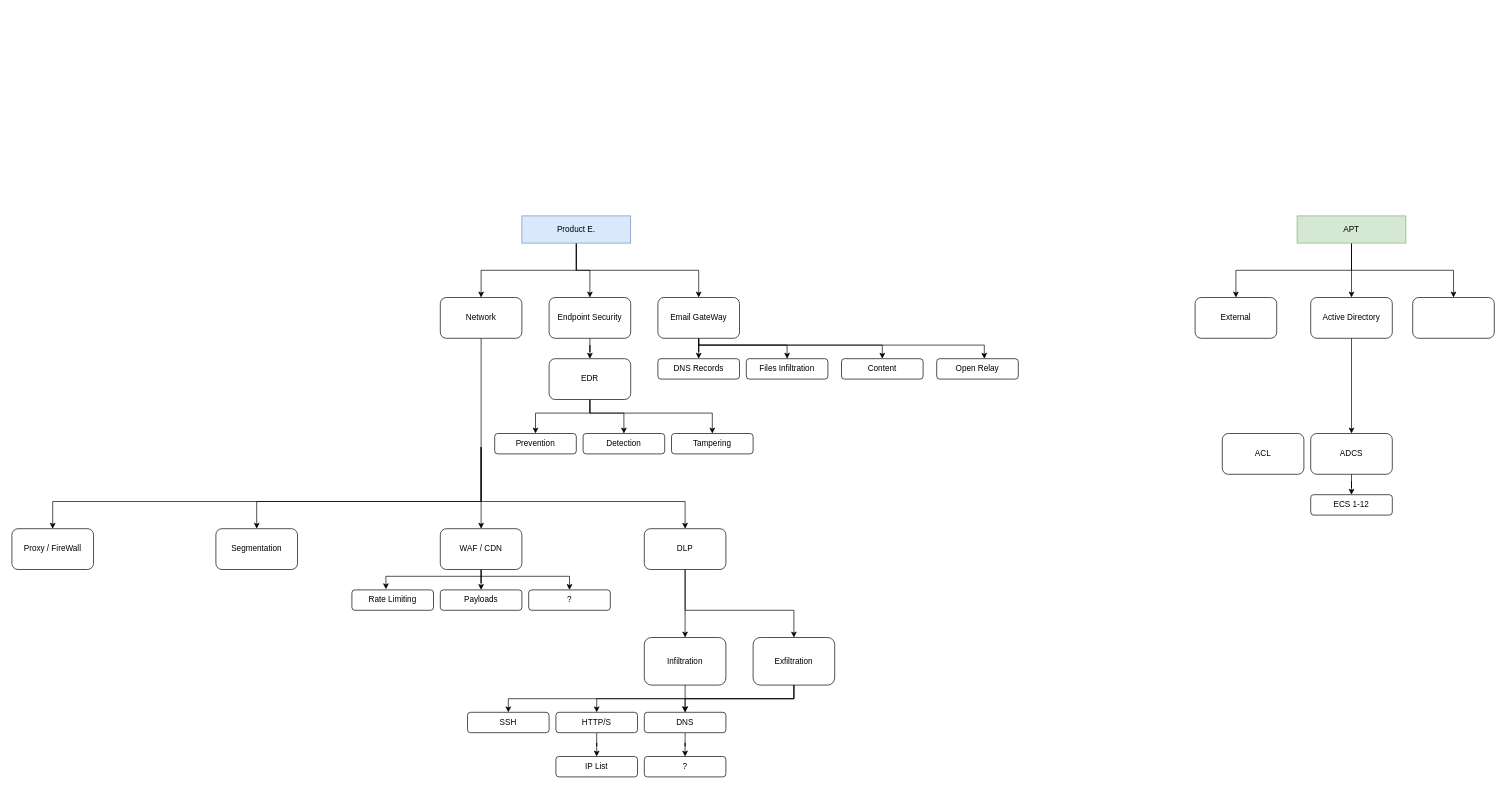
This is Xiaght Diagram.drawio from xightio/Diagrams, a draw.io file, before an edit. Source tidied: cells renumbered, new cells numbered last; positions are measured from the earlier drawing's top-left corner, leaving out a move shared by most shapes. Both pictures are drawn from the tidied source at 68%, with x=0, y=0 at pixel (12, 216).
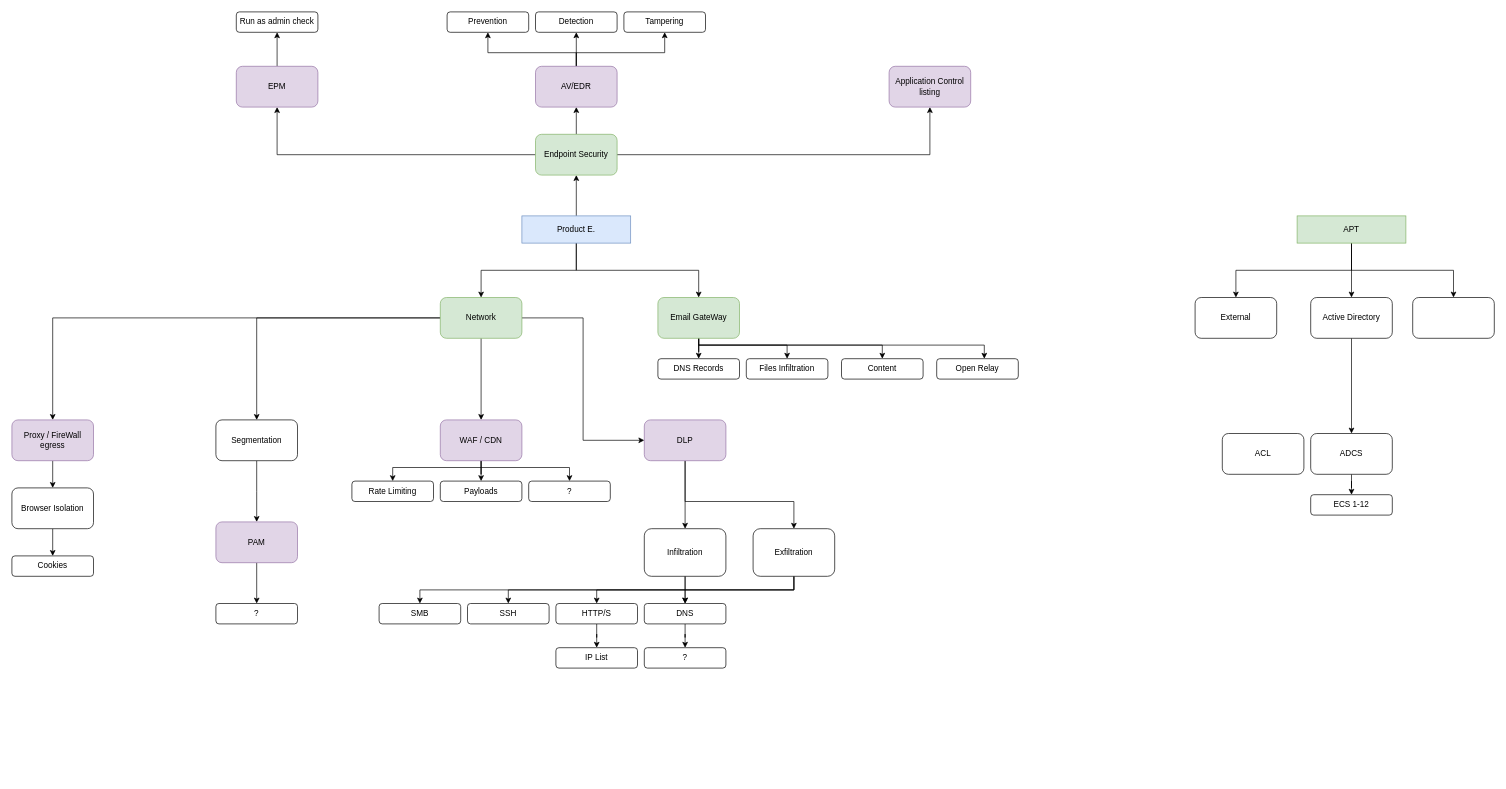
The same diagram, later.

Unchanged cells that the change refers to:
```xml
<mxCell id="5" value="Product E." style="rounded=0;whiteSpace=wrap;html=1;fillColor=#dae8fc;strokeColor=#6c8ebf;" parent="1" vertex="1">
  <mxGeometry x="750" width="160" height="40" as="geometry" />
</mxCell>
```

What changed in the source:
```diff
@@
+    <mxCell id="4" style="edgeStyle=orthogonalEdgeStyle;rounded=0;jettySize=auto;html=1;" parent="1" edge="1" source="5" target="21">
+      <mxGeometry relative="1" as="geometry">
+        <Array as="points">
+          <mxPoint x="830" y="80" />
+          <mxPoint x="1010" y="80" />
+        </Array>
+      </mxGeometry>
+    </mxCell>
-    <mxCell id="3" style="edgeStyle=orthogonalEdgeStyle;rounded=0;jettySize=auto;html=1;entryX=0.5;entryY=0;entryDx=0;entryDy=0;" parent="1" edge="1" source="5" target="16">
+    <mxCell id="3" style="edgeStyle=orthogonalEdgeStyle;rounded=0;jettySize=auto;html=1;entryX=0.5;entryY=1;entryDx=0;entryDy=0;" parent="1" edge="1" source="5" target="16">
       <mxGeometry relative="1" as="geometry" />
     </mxCell>
-    <mxCell id="4" style="edgeStyle=orthogonalEdgeStyle;rounded=0;jettySize=auto;html=1;" parent="1" edge="1" source="5" target="21">
-      <mxGeometry relative="1" as="geometry">
-        <Array as="points">
-          <mxPoint x="830" y="80" />
-          <mxPoint x="1010" y="80" />
-        </Array>
-      </mxGeometry>
-    </mxCell>
@@
-    <mxCell id="11" style="edgeStyle=orthogonalEdgeStyle;rounded=0;jettySize=auto;html=1;" parent="1" edge="1" target="29">
-      <mxGeometry relative="1" as="geometry">
-        <mxPoint x="690" y="340" as="sourcePoint" />
-        <Array as="points">
-          <mxPoint x="690" y="420" />
-          <mxPoint x="360" y="420" />
-        </Array>
-      </mxGeometry>
-    </mxCell>
-    <mxCell id="12" style="edgeStyle=orthogonalEdgeStyle;rounded=0;jettySize=auto;html=1;" parent="1" edge="1" target="35">
-      <mxGeometry relative="1" as="geometry">
-        <mxPoint x="690" y="340" as="sourcePoint" />
-        <Array as="points">
-          <mxPoint x="690" y="420" />
-          <mxPoint x="990" y="420" />
-        </Array>
-      </mxGeometry>
-    </mxCell>
-    <mxCell id="13" style="edgeStyle=orthogonalEdgeStyle;rounded=0;jettySize=auto;html=1;entryX=0.5;entryY=0;entryDx=0;entryDy=0;" parent="1" edge="1" target="49">
-      <mxGeometry relative="1" as="geometry">
-        <mxPoint x="690" y="340" as="sourcePoint" />
-        <Array as="points">
-          <mxPoint x="690" y="420" />
-          <mxPoint x="60" y="420" />
-        </Array>
-      </mxGeometry>
-    </mxCell>
+    <mxCell id="66" style="edgeStyle=orthogonalEdgeStyle;rounded=0;jettySize=auto;html=1;entryX=0;entryY=0.5;entryDx=0;entryDy=0;" parent="1" edge="1" source="14" target="35">
+      <mxGeometry relative="1" as="geometry" />
+    </mxCell>
+    <mxCell id="67" style="edgeStyle=orthogonalEdgeStyle;rounded=0;jettySize=auto;html=1;" parent="1" edge="1" source="14" target="49">
+      <mxGeometry relative="1" as="geometry" />
+    </mxCell>
+    <mxCell id="68" style="edgeStyle=orthogonalEdgeStyle;rounded=0;jettySize=auto;html=1;entryX=0.5;entryY=0;entryDx=0;entryDy=0;" parent="1" edge="1" source="14" target="29">
+      <mxGeometry relative="1" as="geometry" />
+    </mxCell>
-    <mxCell id="14" value="Network" style="rounded=1;whiteSpace=wrap;html=1;" parent="1" vertex="1">
+    <mxCell id="14" value="Network" style="rounded=1;whiteSpace=wrap;html=1;fillColor=#d5e8d4;strokeColor=#82b366;" parent="1" vertex="1">
       <mxGeometry x="630" y="120" width="120" height="60" as="geometry" />
     </mxCell>
-    <mxCell id="15" style="edgeStyle=orthogonalEdgeStyle;rounded=0;jettySize=auto;html=1;" parent="1" edge="1" source="16" target="53">
+    <mxCell id="15" style="edgeStyle=orthogonalEdgeStyle;rounded=0;jettySize=auto;html=1;exitX=0.5;exitY=0;exitDx=0;exitDy=0;entryX=0.5;entryY=1;entryDx=0;entryDy=0;" parent="1" edge="1" source="16" target="53">
       <mxGeometry relative="1" as="geometry" />
     </mxCell>
+    <mxCell id="69" style="edgeStyle=orthogonalEdgeStyle;rounded=0;jettySize=auto;html=1;entryX=0.5;entryY=1;entryDx=0;entryDy=0;" parent="1" edge="1" source="16" target="78">
+      <mxGeometry relative="1" as="geometry" />
+    </mxCell>
+    <mxCell id="70" style="edgeStyle=orthogonalEdgeStyle;rounded=0;jettySize=auto;html=1;entryX=0.5;entryY=1;entryDx=0;entryDy=0;" parent="1" edge="1" source="16" target="77">
+      <mxGeometry relative="1" as="geometry" />
+    </mxCell>
-    <mxCell id="16" value="Endpoint Security" style="rounded=1;whiteSpace=wrap;html=1;" parent="1" vertex="1">
-      <mxGeometry x="790" y="120" width="120" height="60" as="geometry" />
+    <mxCell id="16" value="Endpoint Security" style="rounded=1;whiteSpace=wrap;html=1;fillColor=#d5e8d4;strokeColor=#82b366;" parent="1" vertex="1">
+      <mxGeometry x="770" y="-120" width="120" height="60" as="geometry" />
     </mxCell>
@@
-    <mxCell id="21" value="Email GateWay" style="rounded=1;whiteSpace=wrap;html=1;" parent="1" vertex="1">
+    <mxCell id="21" value="Email GateWay" style="rounded=1;whiteSpace=wrap;html=1;fillColor=#d5e8d4;strokeColor=#82b366;" parent="1" vertex="1">
       <mxGeometry x="950" y="120" width="120" height="60" as="geometry" />
     </mxCell>
@@
     <mxCell id="26" style="edgeStyle=orthogonalEdgeStyle;rounded=0;jettySize=auto;html=1;exitX=0.5;exitY=1;exitDx=0;exitDy=0;entryX=0.5;entryY=0;entryDx=0;entryDy=0;" parent="1" edge="1" source="28" target="31">
       <mxGeometry relative="1" as="geometry">
         <Array as="points">
-          <mxPoint x="690" y="530" />
-          <mxPoint x="820" y="530" />
+          <mxPoint x="690" y="370" />
+          <mxPoint x="820" y="370" />
         </Array>
       </mxGeometry>
     </mxCell>
-    <mxCell id="27" style="edgeStyle=orthogonalEdgeStyle;rounded=0;jettySize=auto;html=1;entryX=0.417;entryY=-0.033;entryDx=0;entryDy=0;entryPerimeter=0;" parent="1" edge="1" source="28" target="32">
+    <mxCell id="27" style="edgeStyle=orthogonalEdgeStyle;rounded=0;jettySize=auto;html=1;entryX=0.5;entryY=0;entryDx=0;entryDy=0;" parent="1" edge="1" source="28" target="32">
       <mxGeometry relative="1" as="geometry">
         <Array as="points">
-          <mxPoint x="690" y="530" />
-          <mxPoint x="550" y="530" />
+          <mxPoint x="690" y="370" />
+          <mxPoint x="560" y="370" />
         </Array>
       </mxGeometry>
     </mxCell>
-    <mxCell id="28" value="WAF / CDN" style="rounded=1;whiteSpace=wrap;html=1;" parent="1" vertex="1">
-      <mxGeometry x="630" y="460" width="120" height="60" as="geometry" />
+    <mxCell id="28" value="WAF / CDN" style="rounded=1;whiteSpace=wrap;html=1;fillColor=#e1d5e7;strokeColor=#9673a6;" parent="1" vertex="1">
+      <mxGeometry x="630" y="300" width="120" height="60" as="geometry" />
     </mxCell>
+    <mxCell id="71" style="edgeStyle=orthogonalEdgeStyle;rounded=0;jettySize=auto;html=1;" parent="1" edge="1" source="29">
+      <mxGeometry relative="1" as="geometry">
+        <mxPoint x="360" y="450" as="targetPoint" />
+      </mxGeometry>
+    </mxCell>
     <mxCell id="29" value="Segmentation" style="rounded=1;whiteSpace=wrap;html=1;" parent="1" vertex="1">
-      <mxGeometry x="300" y="460" width="120" height="60" as="geometry" />
+      <mxGeometry x="300" y="300" width="120" height="60" as="geometry" />
     </mxCell>
     <mxCell id="30" value="Payloads" style="rounded=1;whiteSpace=wrap;html=1;" parent="1" vertex="1">
-      <mxGeometry x="630" y="550" width="120" height="30" as="geometry" />
+      <mxGeometry x="630" y="390" width="120" height="30" as="geometry" />
     </mxCell>
     <mxCell id="31" value="?" style="rounded=1;whiteSpace=wrap;html=1;" parent="1" vertex="1">
-      <mxGeometry x="760" y="550" width="120" height="30" as="geometry" />
+      <mxGeometry x="760" y="390" width="120" height="30" as="geometry" />
     </mxCell>
     <mxCell id="32" value="Rate Limiting" style="rounded=1;whiteSpace=wrap;html=1;" parent="1" vertex="1">
-      <mxGeometry x="500" y="550" width="120" height="30" as="geometry" />
+      <mxGeometry x="500" y="390" width="120" height="30" as="geometry" />
     </mxCell>
@@
     <mxCell id="34" style="edgeStyle=orthogonalEdgeStyle;rounded=0;jettySize=auto;html=1;entryX=0.5;entryY=0;entryDx=0;entryDy=0;" parent="1" edge="1" source="35" target="41">
       <mxGeometry relative="1" as="geometry">
         <Array as="points">
-          <mxPoint x="990" y="580" />
-          <mxPoint x="1150" y="580" />
+          <mxPoint x="990" y="420" />
+          <mxPoint x="1150" y="420" />
         </Array>
       </mxGeometry>
     </mxCell>
-    <mxCell id="35" value="DLP" style="rounded=1;whiteSpace=wrap;html=1;" parent="1" vertex="1">
-      <mxGeometry x="930" y="460" width="120" height="60" as="geometry" />
+    <mxCell id="35" value="DLP" style="rounded=1;whiteSpace=wrap;html=1;fillColor=#e1d5e7;strokeColor=#9673a6;" parent="1" vertex="1">
+      <mxGeometry x="930" y="300" width="120" height="60" as="geometry" />
     </mxCell>
@@
+    <mxCell id="72" style="edgeStyle=orthogonalEdgeStyle;rounded=0;jettySize=auto;html=1;entryX=0.5;entryY=0;entryDx=0;entryDy=0;" parent="1" edge="1" source="37" target="84">
+      <mxGeometry relative="1" as="geometry">
+        <Array as="points">
+          <mxPoint x="990" y="550" />
+          <mxPoint x="600" y="550" />
+        </Array>
+      </mxGeometry>
+    </mxCell>
     <mxCell id="37" value="Infiltration" style="rounded=1;whiteSpace=wrap;html=1;" parent="1" vertex="1">
-      <mxGeometry x="930" y="620" width="120" height="70" as="geometry" />
+      <mxGeometry x="930" y="460" width="120" height="70" as="geometry" />
     </mxCell>
     <mxCell id="38" style="edgeStyle=orthogonalEdgeStyle;rounded=0;jettySize=auto;html=1;entryX=0.5;entryY=0;entryDx=0;entryDy=0;" parent="1" edge="1" source="41" target="43">
       <mxGeometry relative="1" as="geometry">
         <Array as="points">
-          <mxPoint x="1150" y="710" />
-          <mxPoint x="990" y="710" />
+          <mxPoint x="1150" y="550" />
+          <mxPoint x="990" y="550" />
         </Array>
       </mxGeometry>
     </mxCell>
     <mxCell id="39" style="edgeStyle=orthogonalEdgeStyle;rounded=0;jettySize=auto;html=1;" parent="1" edge="1" source="41" target="45">
       <mxGeometry relative="1" as="geometry">
         <Array as="points">
-          <mxPoint x="1150" y="710" />
-          <mxPoint x="860" y="710" />
+          <mxPoint x="1150" y="550" />
+          <mxPoint x="860" y="550" />
         </Array>
       </mxGeometry>
     </mxCell>
     <mxCell id="40" style="edgeStyle=orthogonalEdgeStyle;rounded=0;jettySize=auto;html=1;entryX=0.5;entryY=0;entryDx=0;entryDy=0;" parent="1" edge="1" source="41" target="46">
       <mxGeometry relative="1" as="geometry">
         <Array as="points">
-          <mxPoint x="1150" y="710" />
-          <mxPoint x="730" y="710" />
+          <mxPoint x="1150" y="550" />
+          <mxPoint x="730" y="550" />
         </Array>
       </mxGeometry>
     </mxCell>
     <mxCell id="41" value="Exfiltration" style="rounded=1;whiteSpace=wrap;html=1;" parent="1" vertex="1">
-      <mxGeometry x="1090" y="620" width="120" height="70" as="geometry" />
+      <mxGeometry x="1090" y="460" width="120" height="70" as="geometry" />
     </mxCell>
@@
     <mxCell id="43" value="DNS" style="rounded=1;whiteSpace=wrap;html=1;" parent="1" vertex="1">
-      <mxGeometry x="930" y="730" width="120" height="30" as="geometry" />
+      <mxGeometry x="930" y="570" width="120" height="30" as="geometry" />
     </mxCell>
@@
     <mxCell id="45" value="HTTP/S" style="rounded=1;whiteSpace=wrap;html=1;" parent="1" vertex="1">
-      <mxGeometry x="800" y="730" width="120" height="30" as="geometry" />
+      <mxGeometry x="800" y="570" width="120" height="30" as="geometry" />
     </mxCell>
     <mxCell id="46" value="SSH" style="rounded=1;whiteSpace=wrap;html=1;" parent="1" vertex="1">
-      <mxGeometry x="670" y="730" width="120" height="30" as="geometry" />
+      <mxGeometry x="670" y="570" width="120" height="30" as="geometry" />
     </mxCell>
     <mxCell id="47" value="IP List" style="rounded=1;whiteSpace=wrap;html=1;" parent="1" vertex="1">
-      <mxGeometry x="800" y="795" width="120" height="30" as="geometry" />
+      <mxGeometry x="800" y="635" width="120" height="30" as="geometry" />
     </mxCell>
     <mxCell id="48" value="?" style="rounded=1;whiteSpace=wrap;html=1;" parent="1" vertex="1">
-      <mxGeometry x="930" y="795" width="120" height="30" as="geometry" />
+      <mxGeometry x="930" y="635" width="120" height="30" as="geometry" />
     </mxCell>
+    <mxCell id="73" style="edgeStyle=orthogonalEdgeStyle;rounded=0;jettySize=auto;html=1;entryX=0.5;entryY=0;entryDx=0;entryDy=0;" parent="1" edge="1" source="49" target="83">
+      <mxGeometry relative="1" as="geometry" />
+    </mxCell>
-    <mxCell id="49" value="Proxy / FireWall" style="rounded=1;whiteSpace=wrap;html=1;" parent="1" vertex="1">
-      <mxGeometry y="460" width="120" height="60" as="geometry" />
+    <mxCell id="49" value="Proxy / FireWall egress" style="rounded=1;whiteSpace=wrap;html=1;fillColor=#e1d5e7;strokeColor=#9673a6;" parent="1" vertex="1">
+      <mxGeometry y="300" width="120" height="60" as="geometry" />
     </mxCell>
-    <mxCell id="50" style="edgeStyle=orthogonalEdgeStyle;rounded=0;jettySize=auto;html=1;" parent="1" edge="1" source="53" target="54">
-      <mxGeometry relative="1" as="geometry">
-        <Array as="points">
-          <mxPoint x="850" y="290" />
-          <mxPoint x="770" y="290" />
-        </Array>
-      </mxGeometry>
-    </mxCell>
     <mxCell id="51" style="edgeStyle=orthogonalEdgeStyle;rounded=0;jettySize=auto;html=1;" parent="1" edge="1" source="53" target="55">
-      <mxGeometry relative="1" as="geometry">
-        <Array as="points">
-          <mxPoint x="850" y="290" />
-          <mxPoint x="900" y="290" />
-        </Array>
-      </mxGeometry>
+      <mxGeometry relative="1" as="geometry" />
     </mxCell>
-    <mxCell id="52" style="edgeStyle=orthogonalEdgeStyle;rounded=0;jettySize=auto;html=1;entryX=0.5;entryY=0;entryDx=0;entryDy=0;" parent="1" edge="1" source="53" target="56">
+    <mxCell id="52" style="edgeStyle=orthogonalEdgeStyle;rounded=0;jettySize=auto;html=1;entryX=0.5;entryY=1;entryDx=0;entryDy=0;" parent="1" edge="1" source="53" target="56">
       <mxGeometry relative="1" as="geometry">
         <Array as="points">
-          <mxPoint x="850" y="290" />
-          <mxPoint x="1030" y="290" />
+          <mxPoint x="830" y="-240" />
+          <mxPoint x="960" y="-240" />
         </Array>
       </mxGeometry>
     </mxCell>
+    <mxCell id="50" style="edgeStyle=orthogonalEdgeStyle;rounded=0;jettySize=auto;html=1;entryX=0.5;entryY=1;entryDx=0;entryDy=0;" parent="1" edge="1" source="53" target="54">
+      <mxGeometry relative="1" as="geometry">
+        <Array as="points">
+          <mxPoint x="830" y="-240" />
+          <mxPoint x="700" y="-240" />
+        </Array>
+      </mxGeometry>
+    </mxCell>
-    <mxCell id="53" value="EDR" style="rounded=1;whiteSpace=wrap;html=1;" parent="1" vertex="1">
-      <mxGeometry x="790" y="210" width="120" height="60" as="geometry" />
+    <mxCell id="53" value="AV/EDR" style="rounded=1;whiteSpace=wrap;html=1;fillColor=#e1d5e7;strokeColor=#9673a6;" parent="1" vertex="1">
+      <mxGeometry x="770" y="-220" width="120" height="60" as="geometry" />
     </mxCell>
     <mxCell id="54" value="Prevention" style="rounded=1;whiteSpace=wrap;html=1;" parent="1" vertex="1">
-      <mxGeometry x="710" y="320" width="120" height="30" as="geometry" />
+      <mxGeometry x="640" y="-300" width="120" height="30" as="geometry" />
     </mxCell>
     <mxCell id="55" value="Detection" style="rounded=1;whiteSpace=wrap;html=1;" parent="1" vertex="1">
-      <mxGeometry x="840" y="320" width="120" height="30" as="geometry" />
+      <mxGeometry x="770" y="-300" width="120" height="30" as="geometry" />
     </mxCell>
     <mxCell id="56" value="Tampering" style="rounded=1;whiteSpace=wrap;html=1;" parent="1" vertex="1">
-      <mxGeometry x="970" y="320" width="120" height="30" as="geometry" />
+      <mxGeometry x="900" y="-300" width="120" height="30" as="geometry" />
     </mxCell>
@@
+    <mxCell id="74" style="edgeStyle=orthogonalEdgeStyle;rounded=0;jettySize=auto;html=1;" parent="1" edge="1" source="75" target="79">
+      <mxGeometry relative="1" as="geometry" />
+    </mxCell>
+    <mxCell id="75" value="PAM" style="rounded=1;whiteSpace=wrap;html=1;fillColor=#e1d5e7;strokeColor=#9673a6;" parent="1" vertex="1">
+      <mxGeometry x="300" y="450" width="120" height="60" as="geometry" />
+    </mxCell>
+    <mxCell id="76" style="edgeStyle=orthogonalEdgeStyle;rounded=0;jettySize=auto;html=1;entryX=0.5;entryY=1;entryDx=0;entryDy=0;" parent="1" edge="1" source="77" target="80">
+      <mxGeometry relative="1" as="geometry" />
+    </mxCell>
+    <mxCell id="77" value="EPM" style="rounded=1;whiteSpace=wrap;html=1;fillColor=#e1d5e7;strokeColor=#9673a6;" parent="1" vertex="1">
+      <mxGeometry x="330" y="-220" width="120" height="60" as="geometry" />
+    </mxCell>
+    <mxCell id="78" value="Application Control listing" style="rounded=1;whiteSpace=wrap;html=1;fillColor=#e1d5e7;strokeColor=#9673a6;" parent="1" vertex="1">
+      <mxGeometry x="1290" y="-220" width="120" height="60" as="geometry" />
+    </mxCell>
+    <mxCell id="79" value="?" style="rounded=1;whiteSpace=wrap;html=1;" parent="1" vertex="1">
+      <mxGeometry x="300" y="570" width="120" height="30" as="geometry" />
+    </mxCell>
+    <mxCell id="80" value="Run as admin check" style="rounded=1;whiteSpace=wrap;html=1;" parent="1" vertex="1">
+      <mxGeometry x="330" y="-300" width="120" height="30" as="geometry" />
+    </mxCell>
+    <mxCell id="81" value="Cookies" style="rounded=1;whiteSpace=wrap;html=1;" parent="1" vertex="1">
+      <mxGeometry y="500" width="120" height="30" as="geometry" />
+    </mxCell>
+    <mxCell id="82" style="edgeStyle=orthogonalEdgeStyle;rounded=0;jettySize=auto;html=1;entryX=0.5;entryY=0;entryDx=0;entryDy=0;" parent="1" edge="1" source="83" target="81">
+      <mxGeometry relative="1" as="geometry" />
+    </mxCell>
+    <mxCell id="83" value="Browser Isolation" style="rounded=1;whiteSpace=wrap;html=1;" parent="1" vertex="1">
+      <mxGeometry y="400" width="120" height="60" as="geometry" />
+    </mxCell>
+    <mxCell id="84" value="SMB" style="rounded=1;whiteSpace=wrap;html=1;" parent="1" vertex="1">
+      <mxGeometry x="540" y="570" width="120" height="30" as="geometry" />
+    </mxCell>
```
